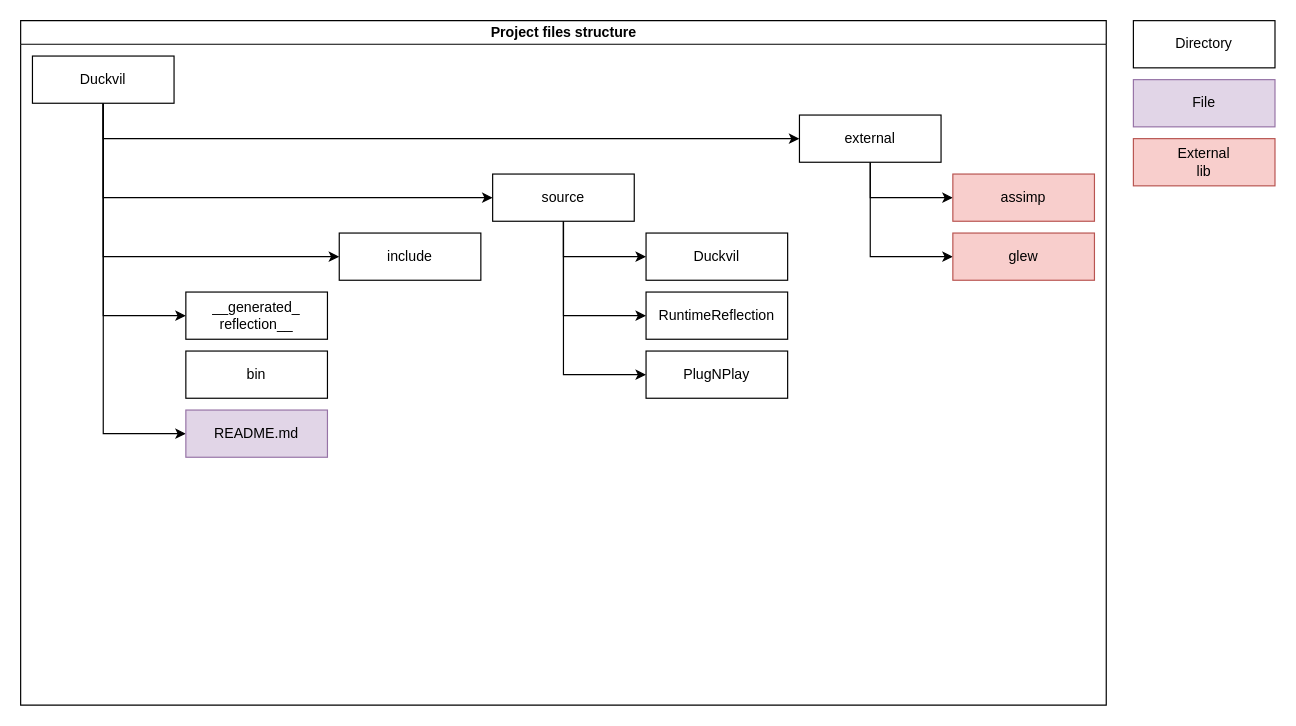
The draw.io diagram docs/ProjectFilesStructure.drawio in Duckvil/Duckvil, before the edit. Source tidied: cells renumbered, new cells numbered last; positions are measured from the earlier drawing's top-left corner, leaving out a move shared by most shapes. Both pictures are drawn from the tidied source at 118%, with x=0, y=0 at pixel (20, 20).
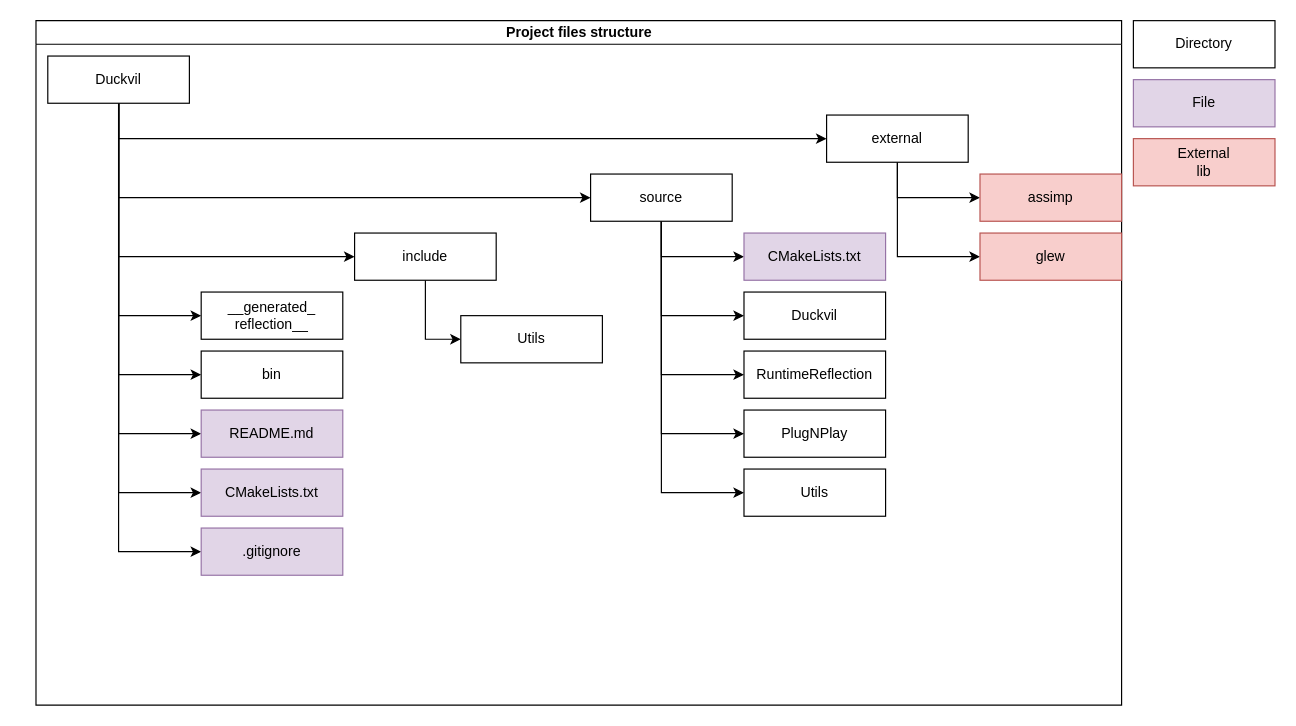
After the change.

Unchanged cells that the change refers to:
```xml
<mxCell id="8" value="Duckvil" style="whiteSpace=wrap;html=1;newEdgeStyle={&quot;edgeStyle&quot;:&quot;elbowEdgeStyle&quot;,&quot;startArrow&quot;:&quot;none&quot;,&quot;endArrow&quot;:&quot;none&quot;};" parent="2" vertex="1">
  <mxGeometry x="10" y="30" width="120" height="40" as="geometry" />
</mxCell>
<mxCell id="17" value="include" style="whiteSpace=wrap;html=1;newEdgeStyle={&quot;edgeStyle&quot;:&quot;elbowEdgeStyle&quot;,&quot;startArrow&quot;:&quot;none&quot;,&quot;endArrow&quot;:&quot;none&quot;};" parent="2" vertex="1">
  <mxGeometry x="270" y="180" width="120" height="40" as="geometry" />
</mxCell>
<mxCell id="24" value="bin" style="whiteSpace=wrap;html=1;newEdgeStyle={&quot;edgeStyle&quot;:&quot;elbowEdgeStyle&quot;,&quot;startArrow&quot;:&quot;none&quot;,&quot;endArrow&quot;:&quot;none&quot;};" parent="2" vertex="1">
  <mxGeometry x="140" y="280" width="120" height="40" as="geometry" />
</mxCell>
```

Change to the diagram source:
```diff
@@
     <mxCell id="2" value="Project files structure" style="swimlane;html=1;startSize=20;horizontal=1;containerType=tree;" parent="1" vertex="1">
-      <mxGeometry width="920" height="580" as="geometry" />
+      <mxGeometry x="13" width="920" height="580" as="geometry" />
     </mxCell>
@@
+    <mxCell id="31" style="edgeStyle=orthogonalEdgeStyle;rounded=0;jettySize=auto;html=1;exitX=0.5;exitY=1;exitDx=0;exitDy=0;entryX=0;entryY=0.5;entryDx=0;entryDy=0;" parent="2" edge="1" source="8" target="24">
+      <mxGeometry relative="1" as="geometry" />
+    </mxCell>
+    <mxCell id="32" style="edgeStyle=orthogonalEdgeStyle;rounded=0;jettySize=auto;html=1;exitX=0.5;exitY=1;exitDx=0;exitDy=0;entryX=0;entryY=0.5;entryDx=0;entryDy=0;" parent="2" edge="1" source="8" target="38">
+      <mxGeometry relative="1" as="geometry" />
+    </mxCell>
+    <mxCell id="33" style="edgeStyle=orthogonalEdgeStyle;rounded=0;jettySize=auto;html=1;exitX=0.5;exitY=1;exitDx=0;exitDy=0;entryX=0;entryY=0.5;entryDx=0;entryDy=0;" parent="2" edge="1" source="8" target="39">
+      <mxGeometry relative="1" as="geometry" />
+    </mxCell>
@@
     <mxCell id="12" value="external" style="whiteSpace=wrap;html=1;newEdgeStyle={&quot;edgeStyle&quot;:&quot;elbowEdgeStyle&quot;,&quot;startArrow&quot;:&quot;none&quot;,&quot;endArrow&quot;:&quot;none&quot;};" parent="2" vertex="1">
-      <mxGeometry x="660" y="80" width="120" height="40" as="geometry" />
+      <mxGeometry x="670" y="80" width="120" height="40" as="geometry" />
     </mxCell>
@@
+    <mxCell id="34" style="edgeStyle=orthogonalEdgeStyle;rounded=0;jettySize=auto;html=1;exitX=0.5;exitY=1;exitDx=0;exitDy=0;entryX=0;entryY=0.5;entryDx=0;entryDy=0;" parent="2" edge="1" source="16" target="37">
+      <mxGeometry relative="1" as="geometry" />
+    </mxCell>
+    <mxCell id="35" style="edgeStyle=orthogonalEdgeStyle;rounded=0;jettySize=auto;html=1;exitX=0.5;exitY=1;exitDx=0;exitDy=0;entryX=0;entryY=0.5;entryDx=0;entryDy=0;" parent="2" edge="1" source="16" target="40">
+      <mxGeometry relative="1" as="geometry" />
+    </mxCell>
     <mxCell id="16" value="source" style="whiteSpace=wrap;html=1;newEdgeStyle={&quot;edgeStyle&quot;:&quot;elbowEdgeStyle&quot;,&quot;startArrow&quot;:&quot;none&quot;,&quot;endArrow&quot;:&quot;none&quot;};" parent="2" vertex="1">
-      <mxGeometry x="400" y="130" width="120" height="40" as="geometry" />
+      <mxGeometry x="470" y="130" width="120" height="40" as="geometry" />
     </mxCell>
+    <mxCell id="36" style="edgeStyle=orthogonalEdgeStyle;rounded=0;jettySize=auto;html=1;exitX=0.5;exitY=1;exitDx=0;exitDy=0;entryX=0;entryY=0.5;entryDx=0;entryDy=0;" parent="2" edge="1" source="17" target="41">
+      <mxGeometry relative="1" as="geometry" />
+    </mxCell>
@@
     <mxCell id="18" value="assimp" style="whiteSpace=wrap;html=1;newEdgeStyle={&quot;edgeStyle&quot;:&quot;elbowEdgeStyle&quot;,&quot;startArrow&quot;:&quot;none&quot;,&quot;endArrow&quot;:&quot;none&quot;};fillColor=#f8cecc;strokeColor=#b85450;" parent="2" vertex="1">
-      <mxGeometry x="790" y="130" width="120" height="40" as="geometry" />
+      <mxGeometry x="800" y="130" width="120" height="40" as="geometry" />
     </mxCell>
     <mxCell id="19" value="Duckvil" style="whiteSpace=wrap;html=1;newEdgeStyle={&quot;edgeStyle&quot;:&quot;elbowEdgeStyle&quot;,&quot;startArrow&quot;:&quot;none&quot;,&quot;endArrow&quot;:&quot;none&quot;};" parent="2" vertex="1">
-      <mxGeometry x="530" y="180" width="120" height="40" as="geometry" />
+      <mxGeometry x="600" y="230" width="120" height="40" as="geometry" />
     </mxCell>
     <mxCell id="20" value="glew" style="whiteSpace=wrap;html=1;newEdgeStyle={&quot;edgeStyle&quot;:&quot;elbowEdgeStyle&quot;,&quot;startArrow&quot;:&quot;none&quot;,&quot;endArrow&quot;:&quot;none&quot;};fillColor=#f8cecc;strokeColor=#b85450;" parent="2" vertex="1">
-      <mxGeometry x="790" y="180" width="120" height="40" as="geometry" />
+      <mxGeometry x="800" y="180" width="120" height="40" as="geometry" />
     </mxCell>
     <mxCell id="21" value="RuntimeReflection" style="whiteSpace=wrap;html=1;newEdgeStyle={&quot;edgeStyle&quot;:&quot;elbowEdgeStyle&quot;,&quot;startArrow&quot;:&quot;none&quot;,&quot;endArrow&quot;:&quot;none&quot;};" parent="2" vertex="1">
-      <mxGeometry x="530" y="230" width="120" height="40" as="geometry" />
+      <mxGeometry x="600" y="280" width="120" height="40" as="geometry" />
     </mxCell>
     <mxCell id="22" value="PlugNPlay" style="whiteSpace=wrap;html=1;newEdgeStyle={&quot;edgeStyle&quot;:&quot;elbowEdgeStyle&quot;,&quot;startArrow&quot;:&quot;none&quot;,&quot;endArrow&quot;:&quot;none&quot;};" parent="2" vertex="1">
-      <mxGeometry x="530" y="280" width="120" height="40" as="geometry" />
+      <mxGeometry x="600" y="330" width="120" height="40" as="geometry" />
     </mxCell>
@@
+    <mxCell id="37" value="CMakeLists.txt" style="whiteSpace=wrap;html=1;newEdgeStyle={&quot;edgeStyle&quot;:&quot;elbowEdgeStyle&quot;,&quot;startArrow&quot;:&quot;none&quot;,&quot;endArrow&quot;:&quot;none&quot;};fillColor=#e1d5e7;strokeColor=#9673a6;" parent="2" vertex="1">
+      <mxGeometry x="600" y="180" width="120" height="40" as="geometry" />
+    </mxCell>
+    <mxCell id="38" value="CMakeLists.txt" style="whiteSpace=wrap;html=1;newEdgeStyle={&quot;edgeStyle&quot;:&quot;elbowEdgeStyle&quot;,&quot;startArrow&quot;:&quot;none&quot;,&quot;endArrow&quot;:&quot;none&quot;};fillColor=#e1d5e7;strokeColor=#9673a6;" parent="2" vertex="1">
+      <mxGeometry x="140" y="380" width="120" height="40" as="geometry" />
+    </mxCell>
+    <mxCell id="39" value=".gitignore" style="whiteSpace=wrap;html=1;newEdgeStyle={&quot;edgeStyle&quot;:&quot;elbowEdgeStyle&quot;,&quot;startArrow&quot;:&quot;none&quot;,&quot;endArrow&quot;:&quot;none&quot;};fillColor=#e1d5e7;strokeColor=#9673a6;" parent="2" vertex="1">
+      <mxGeometry x="140" y="430" width="120" height="40" as="geometry" />
+    </mxCell>
+    <mxCell id="40" value="Utils" style="whiteSpace=wrap;html=1;newEdgeStyle={&quot;edgeStyle&quot;:&quot;elbowEdgeStyle&quot;,&quot;startArrow&quot;:&quot;none&quot;,&quot;endArrow&quot;:&quot;none&quot;};" parent="2" vertex="1">
+      <mxGeometry x="600" y="380" width="120" height="40" as="geometry" />
+    </mxCell>
+    <mxCell id="41" value="Utils" style="whiteSpace=wrap;html=1;newEdgeStyle={&quot;edgeStyle&quot;:&quot;elbowEdgeStyle&quot;,&quot;startArrow&quot;:&quot;none&quot;,&quot;endArrow&quot;:&quot;none&quot;};" parent="2" vertex="1">
+      <mxGeometry x="360" y="250" width="120" height="40" as="geometry" />
+    </mxCell>
```
